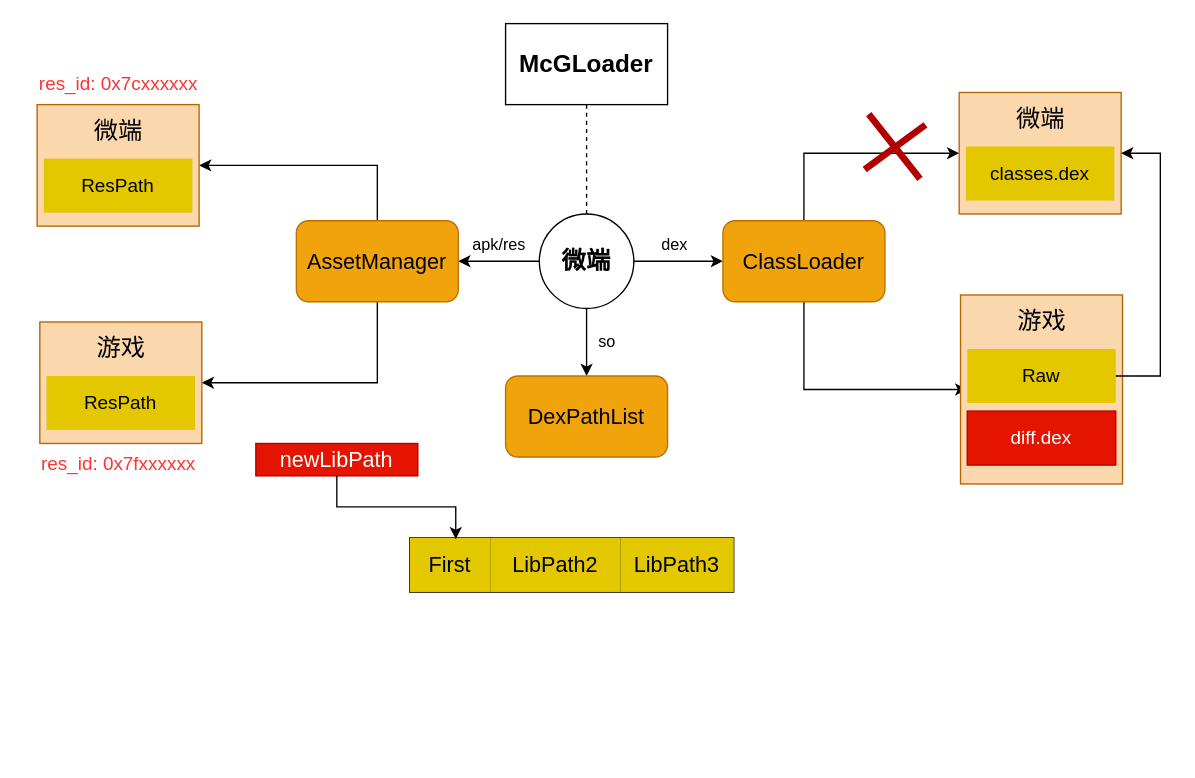
Eveninger/draw.io keeps this draw.io diagram as McGLoader架构图.drawio. Above is the earlier version. Source tidied: cells renumbered, new cells numbered last; positions are measured from the earlier drawing's top-left corner, leaving out a move shared by most shapes. Both pictures are drawn from the tidied source at 135%, with x=0, y=0 at pixel (23, 23).
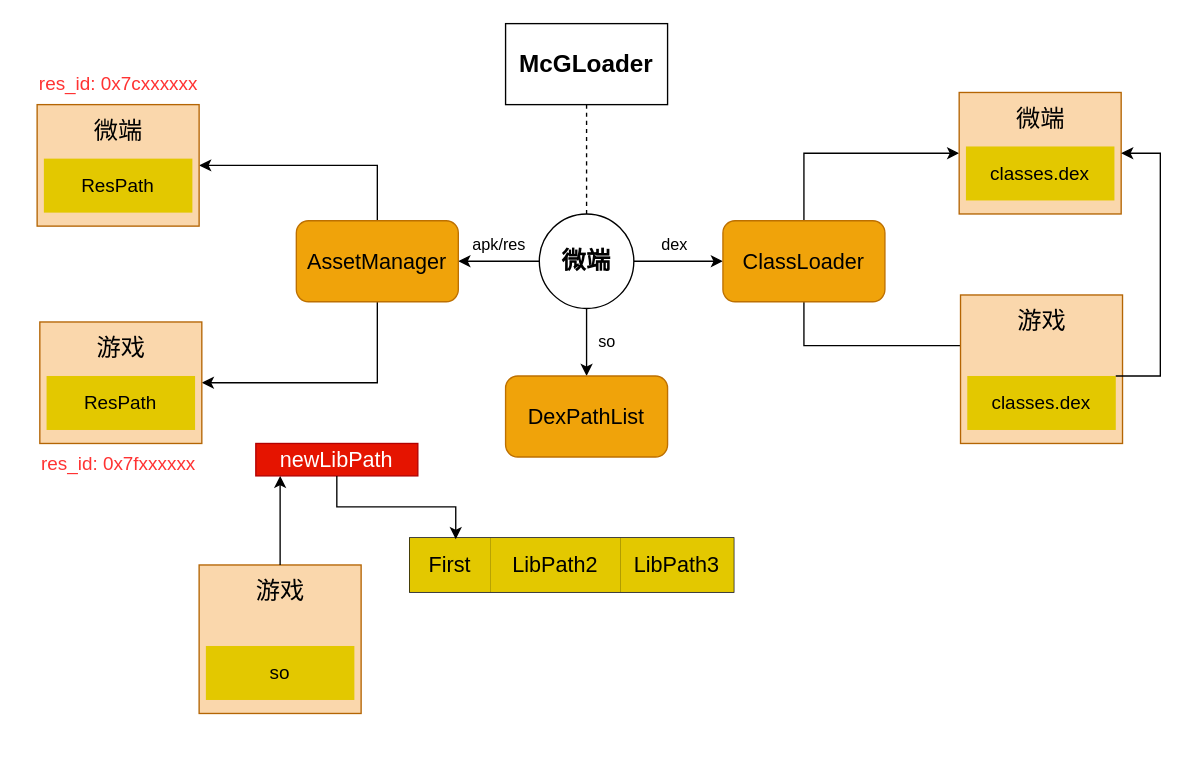
Above is the later version.

Commit message:
更新McGLoader架构图.drawio

The change refers to these unchanged cells:
```xml
<mxCell id="11" value="&lt;span style=&quot;font-size: 16px;&quot;&gt;ClassLoader&lt;/span&gt;" style="rounded=1;whiteSpace=wrap;html=1;fillColor=#f0a30a;strokeColor=#BD7000;fontColor=#000000;" parent="1" vertex="1">
  <mxGeometry x="518" y="146" width="120" height="60" as="geometry" />
</mxCell>
<mxCell id="13" style="rounded=0;whiteSpace=wrap;html=1;fillColor=#fad7ac;strokeColor=#b46504;" parent="12" vertex="1">
  <mxGeometry width="120" height="90" as="geometry" />
</mxCell>
<mxCell id="16" style="group;" parent="1" vertex="1">
  <mxGeometry x="694" y="201" width="120" height="140" as="geometry" />
</mxCell>
<mxCell id="38" value="&lt;font style=&quot;font-size: 16px;&quot;&gt;newLibPath&lt;/font&gt;" style="rounded=0;whiteSpace=wrap;html=1;fillColor=#e51400;fontColor=#ffffff;strokeColor=#B20000;" parent="1" vertex="1">
  <mxGeometry x="172" y="311" width="120" height="24" as="geometry" />
</mxCell>
```

What changed in the source:
```diff
@@
-    <mxCell id="10" style="edgeStyle=orthogonalEdgeStyle;rounded=0;jettySize=auto;html=1;entryX=0;entryY=0.75;entryDx=0;entryDy=0;exitX=0.5;exitY=1;exitDx=0;exitDy=0;" parent="1" edge="1" source="11" target="18">
-      <mxGeometry relative="1" as="geometry" />
+    <mxCell id="10" style="edgeStyle=orthogonalEdgeStyle;rounded=0;jettySize=auto;html=1;entryX=0;entryY=0.75;entryDx=0;entryDy=0;exitX=0.5;exitY=1;exitDx=0;exitDy=0;" parent="1" edge="1" source="11">
+      <mxGeometry relative="1" as="geometry">
+        <mxPoint x="699" y="271" as="targetPoint" />
+      </mxGeometry>
     </mxCell>
@@
     <mxCell id="17" style="rounded=0;whiteSpace=wrap;html=1;fillColor=#fad7ac;strokeColor=#b46504;" parent="16" vertex="1">
-      <mxGeometry width="120" height="140" as="geometry" />
+      <mxGeometry width="120" height="110" as="geometry" />
     </mxCell>
-    <mxCell id="18" value="&lt;font style=&quot;font-size: 14px;&quot;&gt;Raw&lt;/font&gt;" style="rounded=0;whiteSpace=wrap;html=1;fillColor=#e3c800;fontColor=#000000;strokeColor=none;" parent="16" vertex="1">
-      <mxGeometry x="5" y="40" width="110" height="40" as="geometry" />
-    </mxCell>
@@
-    <mxCell id="20" value="&lt;span style=&quot;font-size: 14px;&quot;&gt;diff.dex&lt;/span&gt;" style="rounded=0;whiteSpace=wrap;html=1;fillColor=#e51400;fontColor=#ffffff;strokeColor=#B20000;" parent="16" vertex="1">
-      <mxGeometry x="5" y="86" width="110" height="40" as="geometry" />
-    </mxCell>
+    <mxCell id="48" value="&lt;font style=&quot;font-size: 14px;&quot;&gt;classes.dex&lt;/font&gt;" style="rounded=0;whiteSpace=wrap;html=1;fillColor=#e3c800;fontColor=#000000;strokeColor=none;" parent="16" vertex="1">
+      <mxGeometry x="5" y="60" width="110" height="40" as="geometry" />
+    </mxCell>
@@
-    <mxCell id="40" style="group;rotation=10;" parent="1" vertex="1">
-      <mxGeometry x="622" y="71" width="46" height="40" as="geometry" />
-    </mxCell>
-    <mxCell id="41" style="endArrow=none;html=1;rounded=1;curved=0;strokeWidth=5;fillColor=#e51400;strokeColor=#B20000;" parent="40" edge="1">
-      <mxGeometry relative="1" as="geometry">
-        <mxPoint x="1" y="37" as="sourcePoint" />
-        <mxPoint x="46" y="4" as="targetPoint" />
-      </mxGeometry>
-    </mxCell>
-    <mxCell id="42" style="endArrow=none;html=1;rounded=1;curved=0;strokeWidth=5;fillColor=#e51400;strokeColor=#B20000;" parent="40" edge="1">
-      <mxGeometry relative="1" as="geometry">
-        <mxPoint x="42" y="44" as="sourcePoint" />
-        <mxPoint x="4" y="-4" as="targetPoint" />
-      </mxGeometry>
-    </mxCell>
@@
-    <mxCell id="45" style="edgeStyle=orthogonalEdgeStyle;rounded=0;jettySize=auto;html=1;entryX=1;entryY=0.5;entryDx=0;entryDy=0;" parent="1" edge="1" source="18" target="13">
+    <mxCell id="45" style="edgeStyle=orthogonalEdgeStyle;rounded=0;jettySize=auto;html=1;entryX=1;entryY=0.5;entryDx=0;entryDy=0;" parent="1" edge="1" target="13">
       <mxGeometry relative="1" as="geometry">
+        <mxPoint x="809" y="261" as="sourcePoint" />
         <Array as="points">
           <mxPoint x="842" y="261" />
           <mxPoint x="842" y="96" />
         </Array>
       </mxGeometry>
     </mxCell>
@@
+    <mxCell id="49" style="group;" parent="1" vertex="1">
+      <mxGeometry x="130" y="401" width="120" height="140" as="geometry" />
+    </mxCell>
+    <mxCell id="50" style="rounded=0;whiteSpace=wrap;html=1;fillColor=#fad7ac;strokeColor=#b46504;" parent="49" vertex="1">
+      <mxGeometry width="120" height="110" as="geometry" />
+    </mxCell>
+    <mxCell id="51" value="&lt;span style=&quot;font-size: 18px;&quot;&gt;游戏&lt;/span&gt;" style="text;html=1;align=center;verticalAlign=middle;points=[];strokeColor=none;fillColor=none;" parent="49" vertex="1">
+      <mxGeometry x="30" width="60" height="40" as="geometry" />
+    </mxCell>
+    <mxCell id="52" value="&lt;span style=&quot;font-size: 14px;&quot;&gt;so&lt;/span&gt;" style="rounded=0;whiteSpace=wrap;html=1;fillColor=#e3c800;fontColor=#000000;strokeColor=none;" parent="49" vertex="1">
+      <mxGeometry x="5" y="60" width="110" height="40" as="geometry" />
+    </mxCell>
+    <mxCell id="53" style="edgeStyle=orthogonalEdgeStyle;rounded=0;jettySize=auto;html=1;entryX=0.15;entryY=1;entryDx=0;entryDy=0;entryPerimeter=0;" parent="1" edge="1" source="51" target="38">
+      <mxGeometry relative="1" as="geometry" />
+    </mxCell>
```
